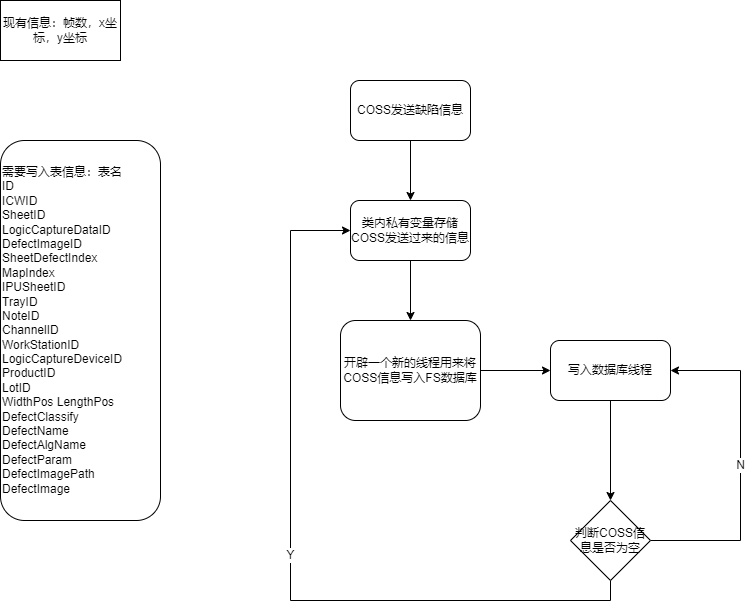
Above: Coss写入数据库.drawio.png in Durpe/Drawio (draw.io), before the change. Source tidied: cells renumbered, new cells last; positions are measured from the earlier drawing's top-left corner, leaving out a move shared by most shapes.
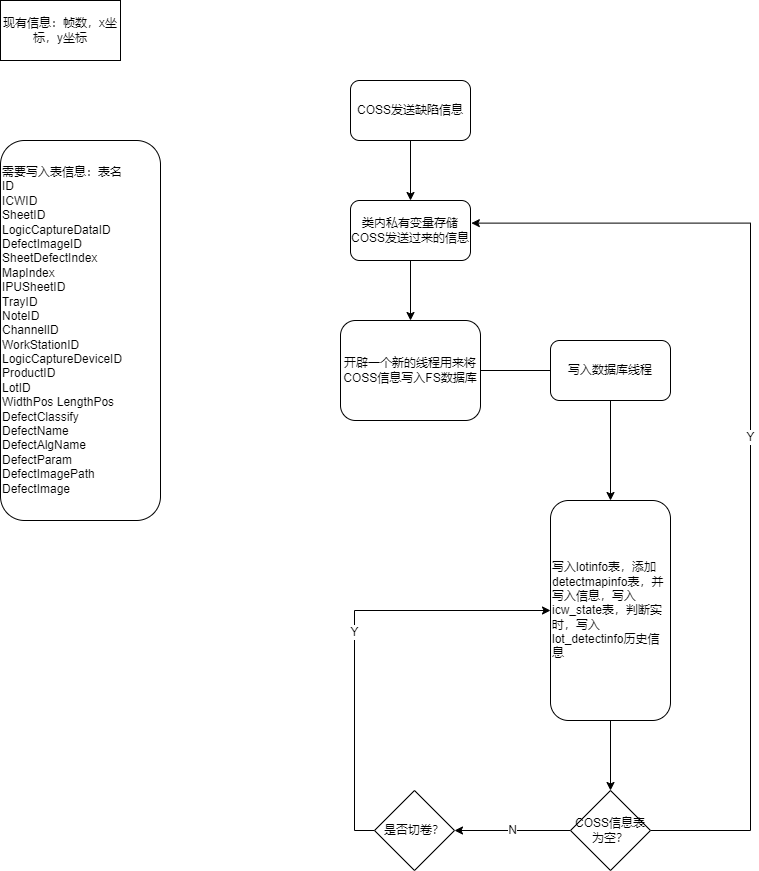
The same diagram one commit later.

Commit message:
更新Coss写入数据库.drawio.png

The edit, as a diff of the source:
```diff
@@ -17,34 +17,13 @@
     <mxCell id="6" value="类内私有变量存储COSS发送过来的信息" style="rounded=1;whiteSpace=wrap;html=1;" parent="1" vertex="1">
       <mxGeometry x="350" y="200" width="120" height="60" as="geometry" />
     </mxCell>
-    <mxCell id="7" style="edgeStyle=orthogonalEdgeStyle;rounded=0;jettySize=auto;html=1;exitX=1;exitY=0.5;exitDx=0;exitDy=0;entryX=0;entryY=0.5;entryDx=0;entryDy=0;" parent="1" edge="1" source="8" target="13">
-      <mxGeometry relative="1" as="geometry" />
-    </mxCell>
     <mxCell id="8" value="开辟一个新的线程用来将COSS信息写入FS数据库" style="rounded=1;whiteSpace=wrap;html=1;align=center;horizontal=1;verticalAlign=middle;" parent="1" vertex="1">
       <mxGeometry x="340" y="320" width="140" height="100" as="geometry" />
     </mxCell>
-    <mxCell id="9" value="N" style="edgeStyle=orthogonalEdgeStyle;rounded=0;jettySize=auto;html=1;exitX=1;exitY=0.5;exitDx=0;exitDy=0;entryX=1;entryY=0.5;entryDx=0;entryDy=0;" parent="1" edge="1" source="11" target="13">
-      <mxGeometry relative="1" as="geometry">
-        <Array as="points">
-          <mxPoint x="740" y="540" />
-          <mxPoint x="740" y="370" />
-        </Array>
-      </mxGeometry>
-    </mxCell>
-    <mxCell id="10" value="Y" style="edgeStyle=orthogonalEdgeStyle;rounded=0;jettySize=auto;html=1;exitX=0.5;exitY=1;exitDx=0;exitDy=0;entryX=0;entryY=0.5;entryDx=0;entryDy=0;" parent="1" edge="1" source="11" target="6">
-      <mxGeometry relative="1" as="geometry">
-        <Array as="points">
-          <mxPoint x="610" y="600" />
-          <mxPoint x="290" y="600" />
-          <mxPoint x="290" y="230" />
-        </Array>
-      </mxGeometry>
-    </mxCell>
-    <mxCell id="11" value="判断COSS信息是否为空" style="rhombus;whiteSpace=wrap;html=1;" parent="1" vertex="1">
-      <mxGeometry x="570" y="500" width="80" height="80" as="geometry" />
-    </mxCell>
-    <mxCell id="12" style="edgeStyle=orthogonalEdgeStyle;rounded=0;jettySize=auto;html=1;exitX=0.5;exitY=1;exitDx=0;exitDy=0;entryX=0.5;entryY=0;entryDx=0;entryDy=0;" parent="1" edge="1" source="13" target="11">
-      <mxGeometry relative="1" as="geometry" />
+    <mxCell id="12" style="edgeStyle=orthogonalEdgeStyle;rounded=0;jettySize=auto;html=1;exitX=0.5;exitY=1;exitDx=0;exitDy=0;entryX=0.5;entryY=0;entryDx=0;entryDy=0;" parent="1" edge="1" source="13">
+      <mxGeometry relative="1" as="geometry">
+        <mxPoint x="610" y="500" as="targetPoint" />
+      </mxGeometry>
     </mxCell>
     <mxCell id="13" value="写入数据库线程" style="rounded=1;whiteSpace=wrap;html=1;" parent="1" vertex="1">
       <mxGeometry x="550" y="340" width="120" height="60" as="geometry" />
@@ -52,5 +31,34 @@
     <mxCell id="14" value="&lt;div&gt;需要写入表信息：表名&lt;/div&gt;&lt;div&gt;ID&lt;/div&gt;&lt;div&gt;ICWID&lt;/div&gt;&lt;div&gt;SheetID&lt;/div&gt;&lt;div&gt;LogicCaptureDataID&#9;DefectImageID&lt;/div&gt;&lt;div style=&quot;&quot;&gt;SheetDefectIndex&lt;/div&gt;&lt;div&gt;MapIndex&lt;/div&gt;&lt;div&gt;IPUSheetID&lt;/div&gt;&lt;div&gt;TrayID&lt;/div&gt;&lt;div&gt;NoteID&lt;/div&gt;&lt;div&gt;ChannelID&lt;/div&gt;&lt;div&gt;WorkStationID&lt;/div&gt;&lt;div&gt;LogicCaptureDeviceID&lt;/div&gt;&lt;div&gt;ProductID&lt;/div&gt;&lt;div&gt;LotID&lt;/div&gt;&lt;div&gt;WidthPos&lt;span style=&quot;&quot;&gt;&#9;&lt;/span&gt;LengthPos&lt;span style=&quot;&quot;&gt;&#9;&lt;/span&gt;&lt;/div&gt;&lt;div&gt;DefectClassify&lt;/div&gt;&lt;div&gt;DefectName&lt;/div&gt;&lt;div&gt;DefectAlgName&lt;span style=&quot;&quot;&gt;&#9;&lt;/span&gt;&lt;/div&gt;&lt;div&gt;DefectParam&lt;/div&gt;&lt;div&gt;DefectImagePath&lt;span style=&quot;&quot;&gt;&#9;&lt;/span&gt;&lt;/div&gt;&lt;div&gt;DefectImage&lt;/div&gt;" style="rounded=1;whiteSpace=wrap;html=1;align=left;" parent="1" vertex="1">
       <mxGeometry y="140" width="160" height="380" as="geometry" />
     </mxCell>
+    <mxCell id="15" style="edgeStyle=orthogonalEdgeStyle;rounded=0;jettySize=auto;html=1;exitX=0.5;exitY=1;exitDx=0;exitDy=0;" parent="1" edge="1" source="16" target="18">
+      <mxGeometry relative="1" as="geometry" />
+    </mxCell>
+    <mxCell id="16" value="写入lotinfo表，添加detectmapinfo表，并写入信息，写入icw_state表，判断实时，写入lot_detectinfo历史信息" style="rounded=1;whiteSpace=wrap;html=1;align=left;" parent="1" vertex="1">
+      <mxGeometry x="550" y="500" width="120" height="220" as="geometry" />
+    </mxCell>
+    <mxCell id="9" value="N" style="edgeStyle=orthogonalEdgeStyle;rounded=0;jettySize=auto;html=1;exitX=0;exitY=0.5;exitDx=0;exitDy=0;entryX=1;entryY=0.5;entryDx=0;entryDy=0;" parent="1" edge="1" source="18" target="20">
+      <mxGeometry relative="1" as="geometry" />
+    </mxCell>
+    <mxCell id="17" value="Y" style="edgeStyle=orthogonalEdgeStyle;rounded=0;jettySize=auto;html=1;exitX=1;exitY=0.5;exitDx=0;exitDy=0;entryX=1.007;entryY=0.377;entryDx=0;entryDy=0;entryPerimeter=0;" parent="1" edge="1" source="18" target="6">
+      <mxGeometry relative="1" as="geometry">
+        <Array as="points">
+          <mxPoint x="750" y="830" />
+          <mxPoint x="750" y="223" />
+        </Array>
+      </mxGeometry>
+    </mxCell>
+    <mxCell id="18" value="COSS信息表为空？&lt;br&gt;" style="rhombus;whiteSpace=wrap;html=1;" parent="1" vertex="1">
+      <mxGeometry x="570" y="790" width="80" height="80" as="geometry" />
+    </mxCell>
+    <mxCell id="7" style="endArrow=none;html=1;rounded=0;entryX=0;entryY=0.5;entryDx=0;entryDy=0;exitX=1;exitY=0.5;exitDx=0;exitDy=0;" parent="1" edge="1" source="8" target="13">
+      <mxGeometry relative="1" as="geometry" />
+    </mxCell>
+    <mxCell id="19" value="Y" style="edgeStyle=orthogonalEdgeStyle;rounded=0;jettySize=auto;html=1;exitX=0;exitY=0.5;exitDx=0;exitDy=0;entryX=0;entryY=0.5;entryDx=0;entryDy=0;" parent="1" edge="1" source="20" target="16">
+      <mxGeometry relative="1" as="geometry" />
+    </mxCell>
+    <mxCell id="20" value="是否切卷？" style="rhombus;whiteSpace=wrap;html=1;" parent="1" vertex="1">
+      <mxGeometry x="374" y="790" width="80" height="80" as="geometry" />
+    </mxCell>
   </root>
 </mxGraphModel>
```
